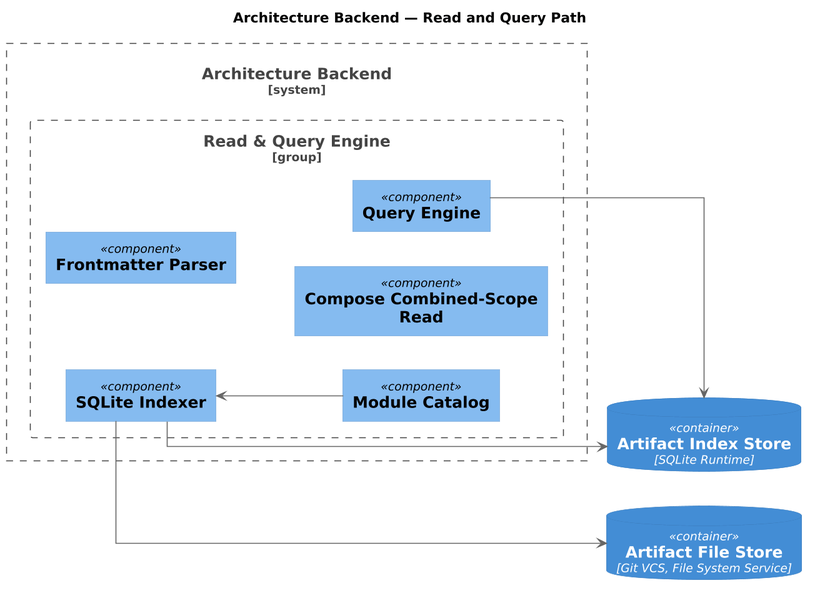
Above: engagements/ENG-ARCH-REPO/architecture-repository/diagram-catalog/rendered/platform-core/CC@1786972094.IZeGsvN.architecture-backend-read-and-query-path.png in mbauer83/architectonic (PlantUML), before the change.
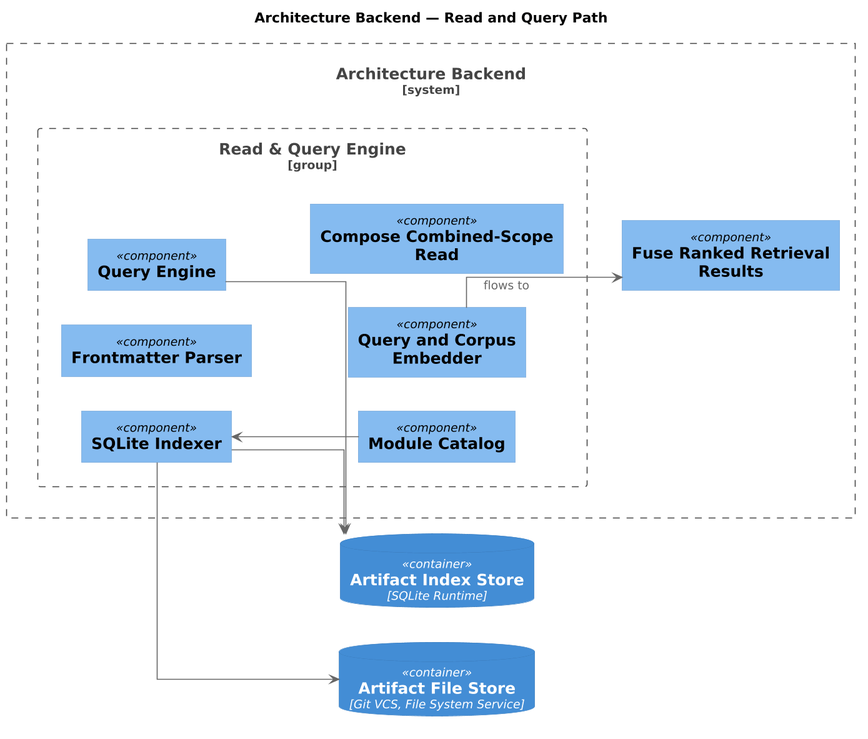
After the commit.

Change to the diagram source:
```diff
@@ -16,13 +16,17 @@
     Component(APP_YOOEbL, "Frontmatter Parser", "")
     Component(APP_v9LvfK, "Query Engine", "")
     Component(APP_yNhgdh, "Module Catalog", "")
+    Component(APP_tPG3ZDy, "Query and Corpus Embedder", "")
     Component(FNC_4zLFys, "Compose Combined-Scope Read", "")
     APP_JOmFWy -[hidden]right- APP_YOOEbL
     APP_YOOEbL -[hidden]right- APP_v9LvfK
     APP_v9LvfK -[hidden]right- APP_yNhgdh
-    APP_yNhgdh -[hidden]right- FNC_4zLFys
+    APP_yNhgdh -[hidden]right- APP_tPG3ZDy
+    APP_tPG3ZDy -[hidden]right- FNC_4zLFys
 
   }
+  Component(FNC_KQCmD1g, "Fuse Ranked Retrieval Results", "")
+  GRP_ZYckdqy -[hidden]right- FNC_KQCmD1g
 
 }
 
@@ -33,6 +37,7 @@
 APP_JOmFWy --> APP_R_K3YAQ
 APP_v9LvfK --> APP_R_K3YAQ
 APP_JOmFWy --> APP_fvvCoDp
+APP_tPG3ZDy --> FNC_KQCmD1g : flows to
 
 APP_R_K3YAQ -[hidden]right- APP_fvvCoDp
 
```
